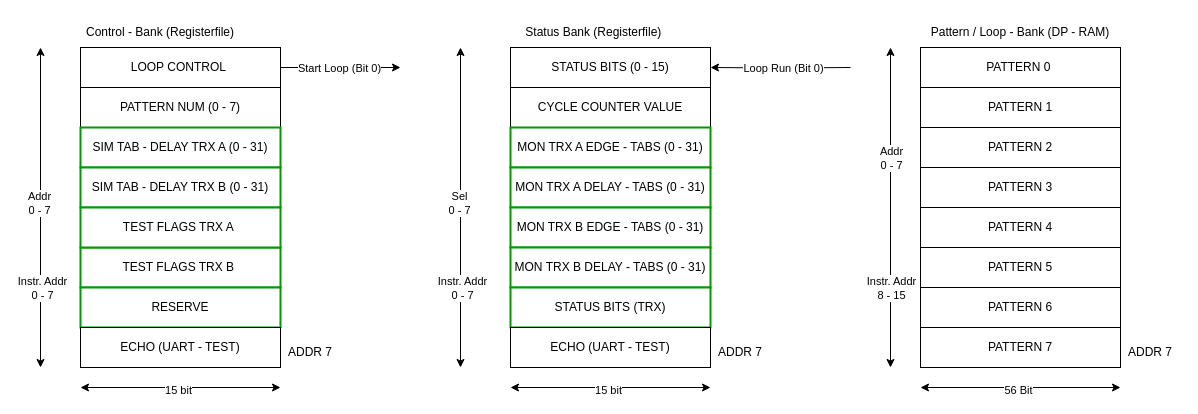
This is src/hdl/pc_interface/doc/rw_bank_assigment.drawio from CyrilHerzog/Signalgenerator, a draw.io file, before an edit. Source tidied: cells renumbered, new cells numbered last; positions are measured from the earlier drawing's top-left corner, leaving out a move shared by most shapes. Both pictures are drawn from the tidied source at 100%, with x=0, y=0 at pixel (40, 17).
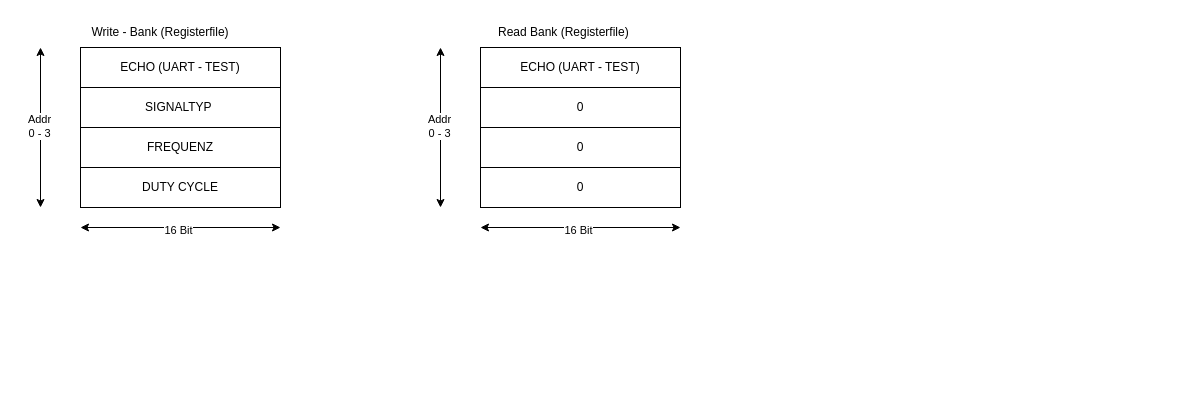
The same page after the edit.

Diff of the diagram source:
```diff
@@
-    <mxCell id="2" style="edgeStyle=orthogonalEdgeStyle;rounded=0;jettySize=auto;html=1;" parent="1" edge="1" source="4">
-      <mxGeometry relative="1" as="geometry">
-        <mxPoint x="360" y="50" as="targetPoint" />
-      </mxGeometry>
-    </mxCell>
-    <mxCell id="3" value="Start Loop (Bit 0)" style="edgeLabel;html=1;align=center;verticalAlign=middle;" parent="2" vertex="1">
-      <mxGeometry x="-0.04" relative="1" as="geometry" />
-    </mxCell>
-    <mxCell id="4" value="LOOP CONTROL&amp;nbsp;" style="rounded=0;whiteSpace=wrap;html=1;" parent="1" vertex="1">
+    <mxCell id="4" value="ECHO (UART - TEST)" style="rounded=0;whiteSpace=wrap;html=1;" parent="1" vertex="1">
       <mxGeometry x="40" y="30" width="200" height="40" as="geometry" />
     </mxCell>
-    <mxCell id="5" value="PATTERN NUM (0 - 7)" style="rounded=0;whiteSpace=wrap;html=1;" parent="1" vertex="1">
+    <mxCell id="5" value="SIGNALTYP&amp;nbsp;" style="rounded=0;whiteSpace=wrap;html=1;" parent="1" vertex="1">
       <mxGeometry x="40" y="70" width="200" height="40" as="geometry" />
     </mxCell>
-    <mxCell id="6" value="TEST FLAGS TRX B&amp;nbsp;" style="rounded=0;whiteSpace=wrap;html=1;strokeColor=#009900;strokeWidth=2;" parent="1" vertex="1">
-      <mxGeometry x="40" y="230" width="200" height="40" as="geometry" />
-    </mxCell>
-    <mxCell id="7" value="SIM TAB - DELAY TRX A (0 - 31)" style="rounded=0;whiteSpace=wrap;html=1;strokeColor=#009900;strokeWidth=2;" parent="1" vertex="1">
-      <mxGeometry x="40" y="110" width="200" height="40" as="geometry" />
-    </mxCell>
-    <mxCell id="8" value="SIM TAB - DELAY TRX B (0 - 31)" style="rounded=0;whiteSpace=wrap;html=1;strokeColor=#009900;strokeWidth=2;" parent="1" vertex="1">
-      <mxGeometry x="40" y="150" width="200" height="40" as="geometry" />
-    </mxCell>
-    <mxCell id="9" value="RESERVE" style="rounded=0;whiteSpace=wrap;html=1;strokeColor=#009900;strokeWidth=2;fillColor=default;" parent="1" vertex="1">
-      <mxGeometry x="40" y="270" width="200" height="40" as="geometry" />
-    </mxCell>
-    <mxCell id="10" value="Control - Bank (Registerfile)" style="text;html=1;align=center;verticalAlign=middle;whiteSpace=wrap;rounded=0;" parent="1" vertex="1">
+    <mxCell id="10" value="Write - Bank (Registerfile)" style="text;html=1;align=center;verticalAlign=middle;whiteSpace=wrap;rounded=0;" parent="1" vertex="1">
       <mxGeometry x="40" width="160" height="30" as="geometry" />
     </mxCell>
     <mxCell id="11" style="endArrow=classic;startArrow=classic;html=1;rounded=0;" parent="1" edge="1">
       <mxGeometry relative="1" as="geometry">
-        <mxPoint x="40" y="370" as="sourcePoint" />
-        <mxPoint x="240" y="370" as="targetPoint" />
+        <mxPoint x="40" y="210" as="sourcePoint" />
+        <mxPoint x="240" y="210" as="targetPoint" />
       </mxGeometry>
     </mxCell>
-    <mxCell id="12" value="15 bit" style="edgeLabel;html=1;align=center;verticalAlign=middle;" parent="11" vertex="1">
+    <mxCell id="12" value="16 Bit" style="edgeLabel;html=1;align=center;verticalAlign=middle;" parent="11" vertex="1">
       <mxGeometry x="-0.03" y="-2" relative="1" as="geometry" />
     </mxCell>
     <mxCell id="13" style="endArrow=classic;startArrow=classic;html=1;rounded=0;" parent="1" edge="1">
       <mxGeometry relative="1" as="geometry">
         <mxPoint y="30" as="sourcePoint" />
-        <mxPoint y="350" as="targetPoint" />
+        <mxPoint y="190" as="targetPoint" />
       </mxGeometry>
     </mxCell>
-    <mxCell id="14" value="Addr&lt;div&gt;0 - 7&lt;/div&gt;" style="edgeLabel;html=1;align=center;verticalAlign=middle;" parent="13" vertex="1">
+    <mxCell id="14" value="Addr&lt;br&gt;0 - 3" style="edgeLabel;html=1;align=center;verticalAlign=middle;" parent="13" vertex="1">
       <mxGeometry x="-0.03" y="-2" relative="1" as="geometry" />
     </mxCell>
-    <mxCell id="15" value="Instr. Addr&lt;div&gt;0 - 7&lt;/div&gt;" style="edgeLabel;html=1;align=center;verticalAlign=middle;" parent="13" vertex="1">
-      <mxGeometry x="0.45" y="1" relative="1" as="geometry">
-        <mxPoint y="8" as="offset" />
-      </mxGeometry>
-    </mxCell>
-    <mxCell id="16" value="ECHO (UART - TEST)" style="rounded=0;whiteSpace=wrap;html=1;" parent="1" vertex="1">
-      <mxGeometry x="40" y="310" width="200" height="40" as="geometry" />
-    </mxCell>
-    <mxCell id="17" style="edgeStyle=orthogonalEdgeStyle;rounded=0;jettySize=auto;html=1;" parent="1" edge="1" target="19">
-      <mxGeometry relative="1" as="geometry">
-        <mxPoint x="810" y="50" as="sourcePoint" />
-      </mxGeometry>
-    </mxCell>
-    <mxCell id="18" value="Loop Run (Bit 0)" style="edgeLabel;html=1;align=center;verticalAlign=middle;" parent="17" vertex="1">
-      <mxGeometry x="-0.03" y="4" relative="1" as="geometry">
-        <mxPoint y="-4" as="offset" />
-      </mxGeometry>
-    </mxCell>
-    <mxCell id="19" value="STATUS BITS (0 - 15)" style="rounded=0;whiteSpace=wrap;html=1;" parent="1" vertex="1">
-      <mxGeometry x="470" y="30" width="200" height="40" as="geometry" />
+    <mxCell id="19" value="ECHO (UART - TEST)" style="rounded=0;whiteSpace=wrap;html=1;" parent="1" vertex="1">
+      <mxGeometry x="440" y="30" width="200" height="40" as="geometry" />
     </mxCell>
-    <mxCell id="20" value="CYCLE COUNTER VALUE" style="rounded=0;whiteSpace=wrap;html=1;" parent="1" vertex="1">
-      <mxGeometry x="470" y="70" width="200" height="40" as="geometry" />
+    <mxCell id="20" value="0" style="rounded=0;whiteSpace=wrap;html=1;" parent="1" vertex="1">
+      <mxGeometry x="440" y="70" width="200" height="40" as="geometry" />
     </mxCell>
-    <mxCell id="21" value="MON TRX A EDGE - TABS (0 - 31)" style="rounded=0;whiteSpace=wrap;html=1;strokeColor=#009900;strokeWidth=2;" parent="1" vertex="1">
-      <mxGeometry x="470" y="110" width="200" height="40" as="geometry" />
-    </mxCell>
-    <mxCell id="22" value="MON TRX A DELAY - TABS (0 - 31)" style="rounded=0;whiteSpace=wrap;html=1;strokeColor=#009900;strokeWidth=2;" parent="1" vertex="1">
-      <mxGeometry x="470" y="150" width="200" height="40" as="geometry" />
-    </mxCell>
-    <mxCell id="23" value="MON TRX B EDGE - TABS (0 - 31)" style="rounded=0;whiteSpace=wrap;html=1;strokeColor=#009900;strokeWidth=2;" parent="1" vertex="1">
-      <mxGeometry x="470" y="190" width="200" height="40" as="geometry" />
-    </mxCell>
-    <mxCell id="24" value="MON TRX B DELAY - TABS (0 - 31)" style="rounded=0;whiteSpace=wrap;html=1;strokeColor=#009900;strokeWidth=2;" parent="1" vertex="1">
-      <mxGeometry x="470" y="230" width="200" height="40" as="geometry" />
-    </mxCell>
-    <mxCell id="25" value="STATUS BITS (TRX)" style="rounded=0;whiteSpace=wrap;html=1;strokeColor=#009900;strokeWidth=2;" parent="1" vertex="1">
-      <mxGeometry x="470" y="270" width="200" height="40" as="geometry" />
-    </mxCell>
-    <mxCell id="26" value="ECHO (UART - TEST)" style="rounded=0;whiteSpace=wrap;html=1;" parent="1" vertex="1">
-      <mxGeometry x="470" y="310" width="200" height="40" as="geometry" />
+    <mxCell id="26" value="0" style="rounded=0;whiteSpace=wrap;html=1;" parent="1" vertex="1">
+      <mxGeometry x="440" y="150" width="200" height="40" as="geometry" />
     </mxCell>
     <mxCell id="27" style="endArrow=classic;startArrow=classic;html=1;rounded=0;" parent="1" edge="1">
       <mxGeometry relative="1" as="geometry">
-        <mxPoint x="470" y="370" as="sourcePoint" />
-        <mxPoint x="670" y="370" as="targetPoint" />
+        <mxPoint x="440" y="210" as="sourcePoint" />
+        <mxPoint x="640" y="210" as="targetPoint" />
       </mxGeometry>
     </mxCell>
-    <mxCell id="28" value="15 bit" style="edgeLabel;html=1;align=center;verticalAlign=middle;" parent="27" vertex="1">
+    <mxCell id="28" value="16 Bit" style="edgeLabel;html=1;align=center;verticalAlign=middle;" parent="27" vertex="1">
       <mxGeometry x="-0.03" y="-2" relative="1" as="geometry" />
     </mxCell>
-    <mxCell id="29" style="endArrow=classic;startArrow=classic;html=1;rounded=0;" parent="1" edge="1">
-      <mxGeometry relative="1" as="geometry">
-        <mxPoint x="420" y="30" as="sourcePoint" />
-        <mxPoint x="420" y="350" as="targetPoint" />
-      </mxGeometry>
-    </mxCell>
-    <mxCell id="30" value="Sel&lt;div&gt;0 - 7&lt;/div&gt;" style="edgeLabel;html=1;align=center;verticalAlign=middle;" parent="29" vertex="1">
-      <mxGeometry x="-0.03" y="-2" relative="1" as="geometry" />
-    </mxCell>
-    <mxCell id="31" value="Instr. Addr&lt;div&gt;0 - 7&lt;/div&gt;" style="edgeLabel;html=1;align=center;verticalAlign=middle;" parent="29" vertex="1">
-      <mxGeometry x="0.43" y="1" relative="1" as="geometry">
-        <mxPoint y="11" as="offset" />
-      </mxGeometry>
-    </mxCell>
-    <mxCell id="32" value="Status Bank (Registerfile)&amp;nbsp;" style="text;html=1;align=center;verticalAlign=middle;whiteSpace=wrap;rounded=0;" parent="1" vertex="1">
-      <mxGeometry x="470" width="170" height="30" as="geometry" />
+    <mxCell id="32" value="Read Bank (Registerfile)&amp;nbsp;" style="text;html=1;align=center;verticalAlign=middle;whiteSpace=wrap;rounded=0;" parent="1" vertex="1">
+      <mxGeometry x="440" width="170" height="30" as="geometry" />
     </mxCell>
-    <mxCell id="33" value="ADDR 7" style="text;html=1;align=center;verticalAlign=middle;whiteSpace=wrap;rounded=0;" parent="1" vertex="1">
-      <mxGeometry x="240" y="320" width="60" height="30" as="geometry" />
-    </mxCell>
-    <mxCell id="34" value="ADDR 7" style="text;html=1;align=center;verticalAlign=middle;whiteSpace=wrap;rounded=0;" parent="1" vertex="1">
-      <mxGeometry x="670" y="320" width="60" height="30" as="geometry" />
-    </mxCell>
-    <mxCell id="35" value="PATTERN 0&amp;nbsp;" style="rounded=0;whiteSpace=wrap;html=1;" parent="1" vertex="1">
-      <mxGeometry x="880" y="30" width="200" height="40" as="geometry" />
-    </mxCell>
-    <mxCell id="36" value="PATTERN 1" style="rounded=0;whiteSpace=wrap;html=1;" parent="1" vertex="1">
-      <mxGeometry x="880" y="70" width="200" height="40" as="geometry" />
-    </mxCell>
-    <mxCell id="37" value="PATTERN 2" style="rounded=0;whiteSpace=wrap;html=1;" parent="1" vertex="1">
-      <mxGeometry x="880" y="110" width="200" height="40" as="geometry" />
-    </mxCell>
-    <mxCell id="38" value="PATTERN 3" style="rounded=0;whiteSpace=wrap;html=1;" parent="1" vertex="1">
-      <mxGeometry x="880" y="150" width="200" height="40" as="geometry" />
-    </mxCell>
-    <mxCell id="39" value="PATTERN 4" style="rounded=0;whiteSpace=wrap;html=1;" parent="1" vertex="1">
-      <mxGeometry x="880" y="190" width="200" height="40" as="geometry" />
-    </mxCell>
-    <mxCell id="40" value="PATTERN 5" style="rounded=0;whiteSpace=wrap;html=1;" parent="1" vertex="1">
-      <mxGeometry x="880" y="230" width="200" height="40" as="geometry" />
-    </mxCell>
-    <mxCell id="41" value="PATTERN 6" style="rounded=0;whiteSpace=wrap;html=1;" parent="1" vertex="1">
-      <mxGeometry x="880" y="270" width="200" height="40" as="geometry" />
-    </mxCell>
-    <mxCell id="42" value="PATTERN 7" style="rounded=0;whiteSpace=wrap;html=1;" parent="1" vertex="1">
-      <mxGeometry x="880" y="310" width="200" height="40" as="geometry" />
-    </mxCell>
-    <mxCell id="43" style="endArrow=classic;startArrow=classic;html=1;rounded=0;" parent="1" edge="1">
-      <mxGeometry relative="1" as="geometry">
-        <mxPoint x="880" y="370" as="sourcePoint" />
-        <mxPoint x="1080" y="370" as="targetPoint" />
-      </mxGeometry>
-    </mxCell>
-    <mxCell id="44" value="56 Bit" style="edgeLabel;html=1;align=center;verticalAlign=middle;" parent="43" vertex="1">
-      <mxGeometry x="-0.03" y="-2" relative="1" as="geometry" />
-    </mxCell>
-    <mxCell id="45" style="endArrow=classic;startArrow=classic;html=1;rounded=0;" parent="1" edge="1">
-      <mxGeometry relative="1" as="geometry">
-        <mxPoint x="850" y="30" as="sourcePoint" />
-        <mxPoint x="850" y="350" as="targetPoint" />
-      </mxGeometry>
-    </mxCell>
-    <mxCell id="46" value="Addr&lt;div&gt;0 - 7&lt;/div&gt;" style="edgeLabel;html=1;align=center;verticalAlign=middle;" parent="45" vertex="1">
-      <mxGeometry x="-0.03" y="-2" relative="1" as="geometry">
-        <mxPoint x="2" y="-45" as="offset" />
-      </mxGeometry>
-    </mxCell>
-    <mxCell id="47" value="Instr. Addr&lt;div&gt;8 - 15&lt;/div&gt;" style="edgeLabel;html=1;align=center;verticalAlign=middle;" parent="45" vertex="1">
-      <mxGeometry x="0.23" relative="1" as="geometry">
-        <mxPoint y="43" as="offset" />
-      </mxGeometry>
-    </mxCell>
-    <mxCell id="48" value="Pattern / Loop - Bank (DP - RAM)" style="text;html=1;align=center;verticalAlign=middle;whiteSpace=wrap;rounded=0;" parent="1" vertex="1">
-      <mxGeometry x="880" width="200" height="30" as="geometry" />
-    </mxCell>
-    <mxCell id="49" value="ADDR 7" style="text;html=1;align=center;verticalAlign=middle;whiteSpace=wrap;rounded=0;" parent="1" vertex="1">
-      <mxGeometry x="1080" y="320" width="60" height="30" as="geometry" />
-    </mxCell>
-    <mxCell id="50" value="TEST FLAGS TRX A&amp;nbsp;" style="rounded=0;whiteSpace=wrap;html=1;strokeColor=#009900;strokeWidth=2;" parent="1" vertex="1">
-      <mxGeometry x="40" y="190" width="200" height="40" as="geometry" />
+    <mxCell id="50" value="FREQUENZ" style="rounded=0;whiteSpace=wrap;html=1;" parent="1" vertex="1">
+      <mxGeometry x="40" y="110" width="200" height="40" as="geometry" />
     </mxCell>
+    <mxCell id="51" value="DUTY CYCLE" style="rounded=0;whiteSpace=wrap;html=1;" parent="1" vertex="1">
+      <mxGeometry x="40" y="150" width="200" height="40" as="geometry" />
+    </mxCell>
+    <mxCell id="52" value="0" style="rounded=0;whiteSpace=wrap;html=1;" parent="1" vertex="1">
+      <mxGeometry x="440" y="110" width="200" height="40" as="geometry" />
+    </mxCell>
+    <mxCell id="53" style="endArrow=classic;startArrow=classic;html=1;rounded=0;" parent="1" edge="1">
+      <mxGeometry relative="1" as="geometry">
+        <mxPoint x="400" y="30" as="sourcePoint" />
+        <mxPoint x="400" y="190" as="targetPoint" />
+      </mxGeometry>
+    </mxCell>
+    <mxCell id="54" value="Addr&lt;br&gt;0 - 3" style="edgeLabel;html=1;align=center;verticalAlign=middle;" parent="53" vertex="1">
+      <mxGeometry x="-0.03" y="-2" relative="1" as="geometry" />
+    </mxCell>
```
